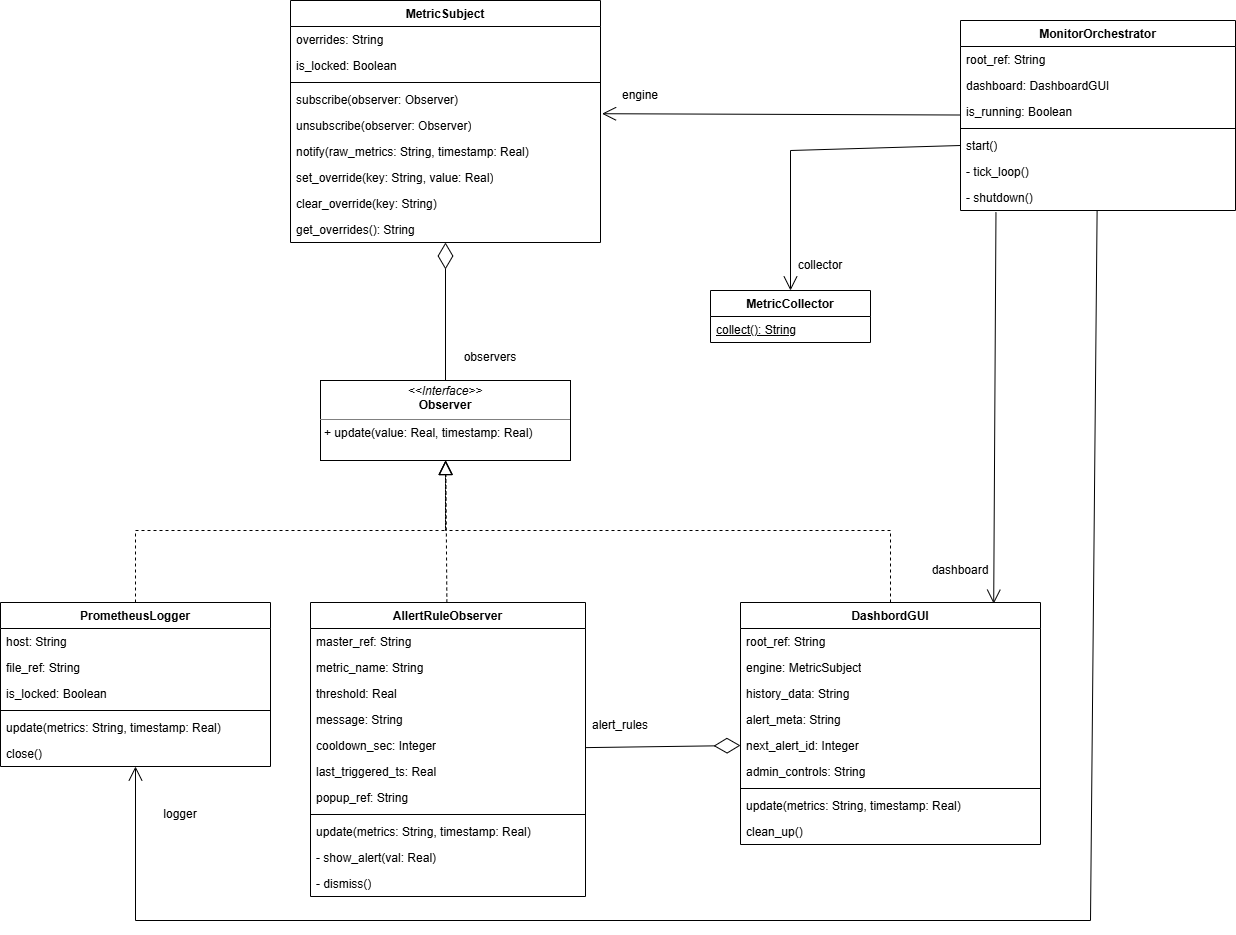
Above: lab03/dc.png in ShemetovDanila/Object-oriented-analysis-and-design-2 (draw.io), before the change. Source tidied: cells renumbered, new cells last; positions are measured from the earlier drawing's top-left corner, leaving out a move shared by most shapes.
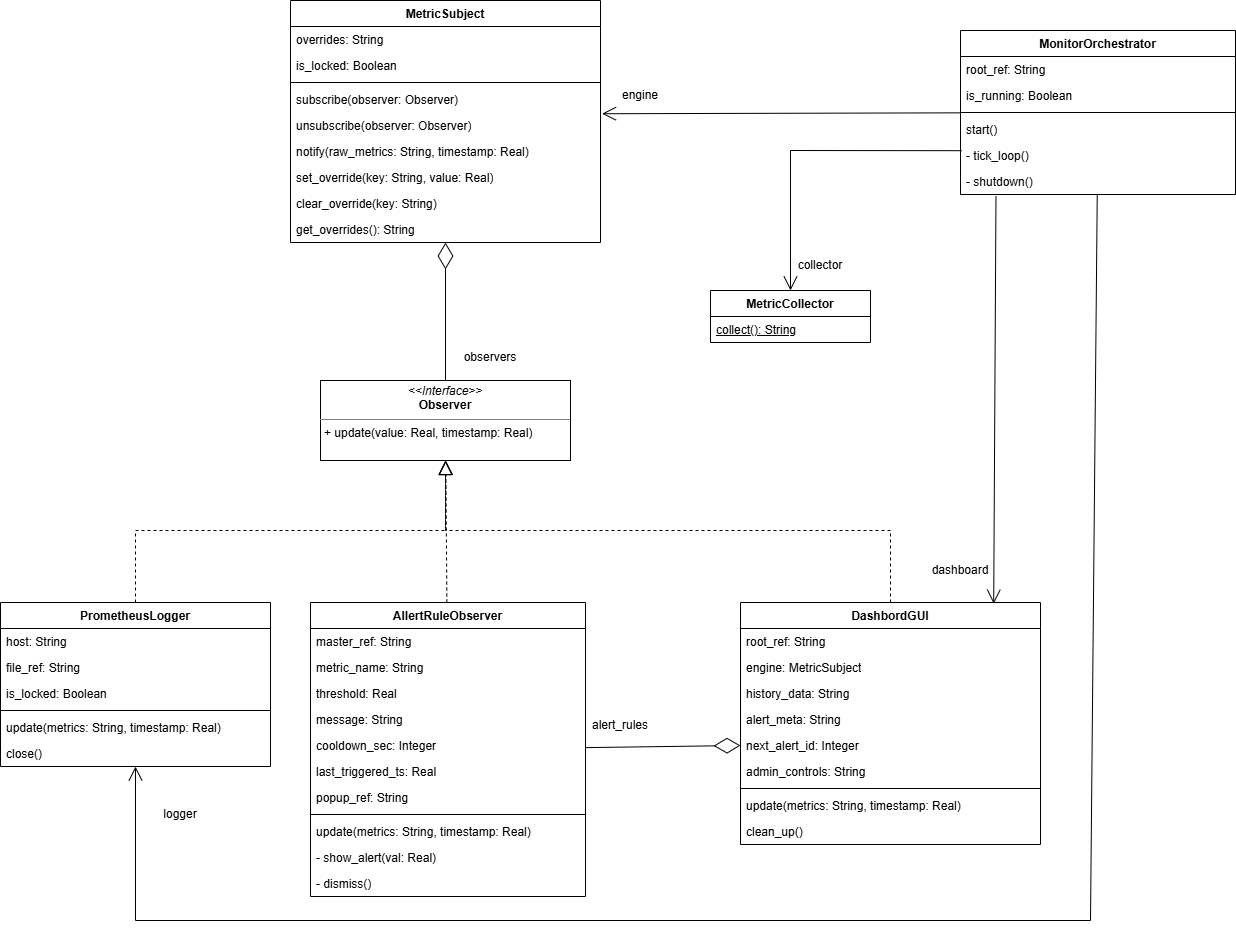
The same diagram one commit later.

Change to the diagram source:
```diff
@@ -148,28 +148,25 @@
       </mxGeometry>
     </mxCell>
     <mxCell id="47" value="MonitorOrchestrator" style="swimlane;fontStyle=1;align=center;verticalAlign=top;horizontal=1;startSize=26;whiteSpace=wrap;html=1;" parent="1" vertex="1">
-      <mxGeometry x="960" y="20" width="275" height="190" as="geometry" />
+      <mxGeometry x="960" y="30" width="275" height="164" as="geometry" />
     </mxCell>
     <mxCell id="48" value="root_ref: String" style="text;strokeColor=none;fillColor=none;align=left;verticalAlign=top;spacingLeft=4;spacingRight=4;overflow=hidden;whiteSpace=wrap;html=1;" parent="47" vertex="1">
       <mxGeometry y="26" width="275" height="26" as="geometry" />
     </mxCell>
-    <mxCell id="49" value="dashboard: DashboardGUI" style="text;strokeColor=none;fillColor=none;align=left;verticalAlign=top;spacingLeft=4;spacingRight=4;overflow=hidden;whiteSpace=wrap;html=1;" parent="47" vertex="1">
-      <mxGeometry y="52" width="275" height="26" as="geometry" />
-    </mxCell>
     <mxCell id="50" value="is_running: Boolean" style="text;strokeColor=none;fillColor=none;align=left;verticalAlign=top;spacingLeft=4;spacingRight=4;overflow=hidden;whiteSpace=wrap;html=1;" parent="47" vertex="1">
-      <mxGeometry y="78" width="275" height="26" as="geometry" />
+      <mxGeometry y="52" width="275" height="26" as="geometry" />
     </mxCell>
     <mxCell id="51" style="line;strokeWidth=1;fillColor=none;align=left;verticalAlign=middle;spacingTop=-1;spacingLeft=3;spacingRight=3;labelPosition=right;strokeColor=inherit;" parent="47" vertex="1">
-      <mxGeometry y="104" width="275" height="8" as="geometry" />
+      <mxGeometry y="78" width="275" height="8" as="geometry" />
     </mxCell>
     <mxCell id="52" value="start()" style="text;strokeColor=none;fillColor=none;align=left;verticalAlign=top;spacingLeft=4;spacingRight=4;overflow=hidden;points=[[0,0.5],[1,0.5]];portConstraint=eastwest;whiteSpace=wrap;html=1;" parent="47" vertex="1">
-      <mxGeometry y="112" width="275" height="26" as="geometry" />
+      <mxGeometry y="86" width="275" height="26" as="geometry" />
     </mxCell>
     <mxCell id="53" value="- tick_loop()" style="text;strokeColor=none;fillColor=none;align=left;verticalAlign=top;spacingLeft=4;spacingRight=4;overflow=hidden;points=[[0,0.5],[1,0.5]];portConstraint=eastwest;whiteSpace=wrap;html=1;" parent="47" vertex="1">
-      <mxGeometry y="138" width="275" height="26" as="geometry" />
+      <mxGeometry y="112" width="275" height="26" as="geometry" />
     </mxCell>
     <mxCell id="54" value="- shutdown()" style="text;strokeColor=none;fillColor=none;align=left;verticalAlign=top;spacingLeft=4;spacingRight=4;overflow=hidden;points=[[0,0.5],[1,0.5]];portConstraint=eastwest;whiteSpace=wrap;html=1;" parent="47" vertex="1">
-      <mxGeometry y="164" width="275" height="26" as="geometry" />
+      <mxGeometry y="138" width="275" height="26" as="geometry" />
     </mxCell>
     <mxCell id="55" value="&lt;span style=&quot;text-align: left;&quot;&gt;observers&lt;/span&gt;" style="text;html=1;whiteSpace=wrap;strokeColor=none;fillColor=none;align=center;verticalAlign=middle;rounded=0;" parent="1" vertex="1">
       <mxGeometry x="460" y="342" width="60" height="30" as="geometry" />
@@ -189,7 +186,7 @@
     <mxCell id="60" value="&lt;span style=&quot;text-align: left;&quot;&gt;engine&lt;/span&gt;" style="text;html=1;whiteSpace=wrap;strokeColor=none;fillColor=none;align=center;verticalAlign=middle;rounded=0;" parent="1" vertex="1">
       <mxGeometry x="610" y="80" width="60" height="30" as="geometry" />
     </mxCell>
-    <mxCell id="61" style="endArrow=open;endFill=1;endSize=12;html=1;rounded=0;exitX=0;exitY=0.5;exitDx=0;exitDy=0;" parent="1" edge="1" source="52" target="3">
+    <mxCell id="61" style="endArrow=open;endFill=1;endSize=12;html=1;rounded=0;exitX=0.004;exitY=0.315;exitDx=0;exitDy=0;exitPerimeter=0;" parent="1" edge="1" source="53" target="3">
       <mxGeometry relative="1" as="geometry">
         <Array as="points">
           <mxPoint x="790" y="150" />
```
